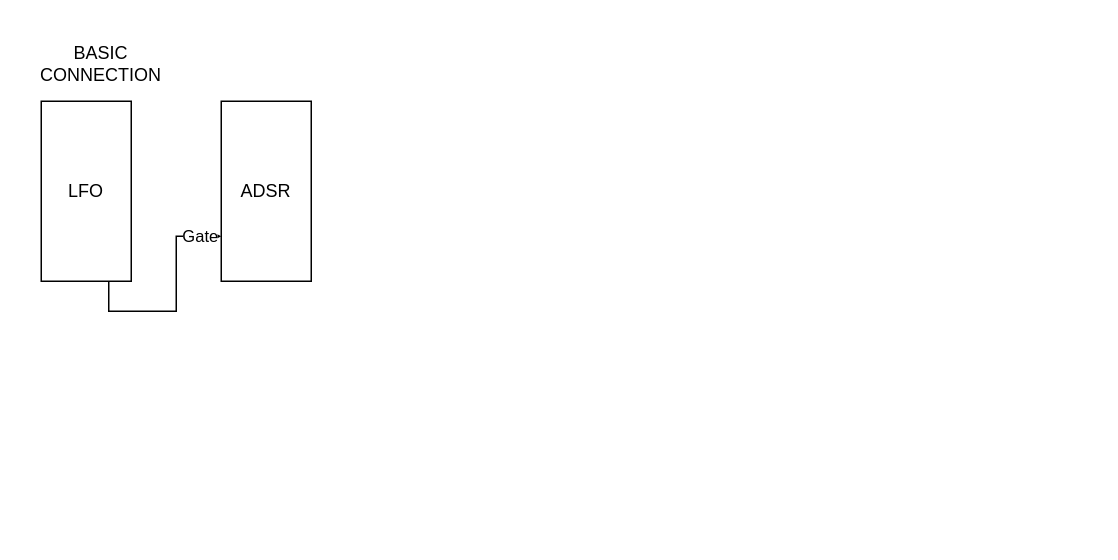
SEM-Mozarteum/sem-meko keeps this draw.io diagram as 05-Analog-Synthesis/03-ADSR/ADSR.drawio. Above is the earlier version. Source tidied: cells renumbered, new cells numbered last; positions are measured from the earlier drawing's top-left corner, leaving out a move shared by most shapes. Both pictures are drawn from the tidied source at 150%, with x=0, y=0 at pixel (40, 40).
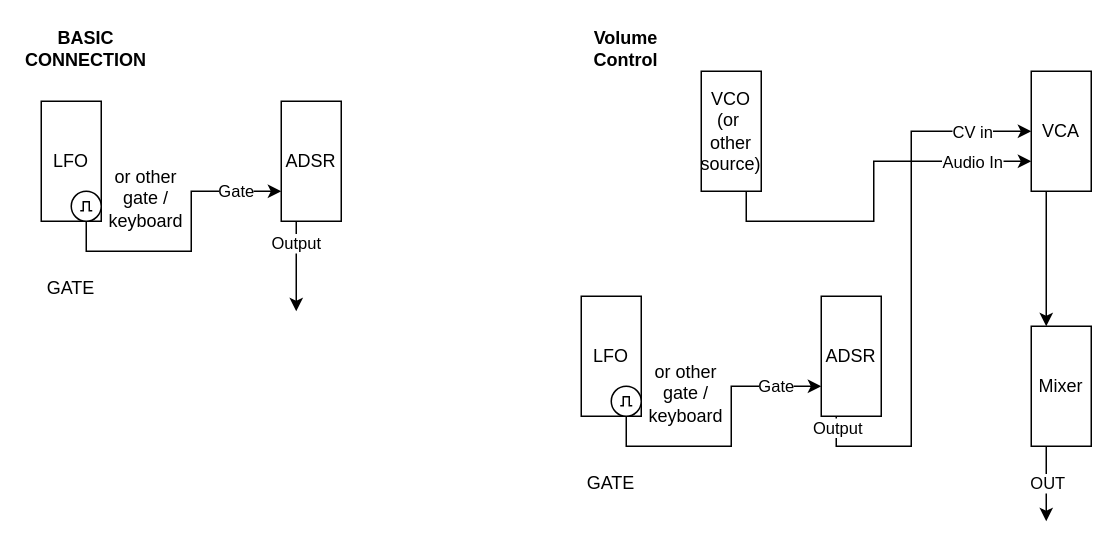
Above is the later version.

Unchanged cells that the change refers to:
```xml
<mxCell id="3" style="edgeStyle=orthogonalEdgeStyle;rounded=0;jettySize=auto;html=1;exitX=1;exitY=0.25;exitDx=0;exitDy=0;entryX=0.75;entryY=1;entryDx=0;entryDy=0;" parent="1" edge="1" source="5" target="6">
  <mxGeometry relative="1" as="geometry" />
</mxCell>
```

Change to the diagram source:
```diff
@@
-    <mxCell id="2" value="BASIC CONNECTION" style="text;html=1;whiteSpace=wrap;strokeColor=none;fillColor=none;align=center;verticalAlign=middle;rounded=0;" parent="1" vertex="1">
-      <mxGeometry x="10" width="60" height="30" as="geometry" />
+    <mxCell id="2" value="BASIC CONNECTION" style="text;html=1;whiteSpace=wrap;strokeColor=none;fillColor=none;align=center;verticalAlign=middle;rounded=0;fontStyle=1;" parent="1" vertex="1">
+      <mxGeometry y="-10" width="60" height="30" as="geometry" />
     </mxCell>
@@
     <mxCell id="4" value="Gate" style="edgeLabel;html=1;align=center;verticalAlign=middle;" parent="3" vertex="1">
-      <mxGeometry x="0.79" y="1" relative="1" as="geometry" />
+      <mxGeometry x="0.79" y="1" relative="1" as="geometry">
+        <mxPoint x="-11" as="offset" />
+      </mxGeometry>
     </mxCell>
     <mxCell id="5" value="LFO" style="rounded=0;whiteSpace=wrap;html=1;direction=south;" parent="1" vertex="1">
-      <mxGeometry y="40" width="60" height="120" as="geometry" />
+      <mxGeometry y="40" width="40" height="80" as="geometry" />
     </mxCell>
+    <mxCell id="7" style="edgeStyle=orthogonalEdgeStyle;rounded=0;jettySize=auto;html=1;exitX=1;exitY=0.75;exitDx=0;exitDy=0;" parent="1" edge="1" source="6">
+      <mxGeometry relative="1" as="geometry">
+        <mxPoint x="170" y="180" as="targetPoint" />
+      </mxGeometry>
+    </mxCell>
+    <mxCell id="8" value="Output" style="edgeLabel;html=1;align=center;verticalAlign=middle;" parent="7" vertex="1">
+      <mxGeometry x="-0.54" y="-1" relative="1" as="geometry" />
+    </mxCell>
     <mxCell id="6" value="ADSR" style="rounded=0;whiteSpace=wrap;html=1;direction=south;" parent="1" vertex="1">
-      <mxGeometry x="120" y="40" width="60" height="120" as="geometry" />
+      <mxGeometry x="160" y="40" width="40" height="80" as="geometry" />
     </mxCell>
+    <mxCell id="9" style="verticalLabelPosition=bottom;shadow=0;dashed=0;align=center;html=1;verticalAlign=top;shape=mxgraph.electrical.signal_sources.source;elSignalType=pulse;" parent="1" vertex="1">
+      <mxGeometry x="20" y="100" width="20" height="20" as="geometry" />
+    </mxCell>
+    <mxCell id="10" value="or other&lt;div&gt;gate / keyboard&lt;/div&gt;" style="text;html=1;whiteSpace=wrap;strokeColor=none;fillColor=none;align=center;verticalAlign=middle;rounded=0;" parent="1" vertex="1">
+      <mxGeometry x="40" y="90" width="60" height="30" as="geometry" />
+    </mxCell>
+    <mxCell id="11" value="GATE" style="text;html=1;whiteSpace=wrap;strokeColor=none;fillColor=none;align=center;verticalAlign=middle;rounded=0;" parent="1" vertex="1">
+      <mxGeometry x="-10" y="150" width="60" height="30" as="geometry" />
+    </mxCell>
+    <mxCell id="12" value="Volume&lt;div&gt;Control&lt;/div&gt;" style="text;html=1;whiteSpace=wrap;strokeColor=none;fillColor=none;align=center;verticalAlign=middle;rounded=0;fontStyle=1;" parent="1" vertex="1">
+      <mxGeometry x="360" y="-10" width="60" height="30" as="geometry" />
+    </mxCell>
+    <mxCell id="13" style="edgeStyle=orthogonalEdgeStyle;rounded=0;jettySize=auto;html=1;exitX=1;exitY=0.25;exitDx=0;exitDy=0;entryX=0.75;entryY=1;entryDx=0;entryDy=0;" parent="1" edge="1" source="15" target="19">
+      <mxGeometry relative="1" as="geometry" />
+    </mxCell>
+    <mxCell id="14" value="Gate" style="edgeLabel;html=1;align=center;verticalAlign=middle;" parent="13" vertex="1">
+      <mxGeometry x="0.79" y="1" relative="1" as="geometry">
+        <mxPoint x="-11" as="offset" />
+      </mxGeometry>
+    </mxCell>
+    <mxCell id="15" value="LFO" style="rounded=0;whiteSpace=wrap;html=1;direction=south;" parent="1" vertex="1">
+      <mxGeometry x="360" y="170" width="40" height="80" as="geometry" />
+    </mxCell>
+    <mxCell id="16" style="edgeStyle=orthogonalEdgeStyle;rounded=0;jettySize=auto;html=1;exitX=1;exitY=0.75;exitDx=0;exitDy=0;entryX=0.5;entryY=1;entryDx=0;entryDy=0;" parent="1" edge="1" source="19" target="24">
+      <mxGeometry relative="1" as="geometry">
+        <Array as="points">
+          <mxPoint x="530" y="270" />
+          <mxPoint x="580" y="270" />
+          <mxPoint x="580" y="60" />
+        </Array>
+      </mxGeometry>
+    </mxCell>
+    <mxCell id="17" value="Output" style="edgeLabel;html=1;align=center;verticalAlign=middle;" parent="16" vertex="1">
+      <mxGeometry x="-0.54" y="-1" relative="1" as="geometry">
+        <mxPoint x="-51" as="offset" />
+      </mxGeometry>
+    </mxCell>
+    <mxCell id="18" value="CV in" style="edgeLabel;html=1;align=center;verticalAlign=middle;" parent="16" vertex="1">
+      <mxGeometry x="0.86" relative="1" as="geometry">
+        <mxPoint x="-15" as="offset" />
+      </mxGeometry>
+    </mxCell>
+    <mxCell id="19" value="ADSR" style="rounded=0;whiteSpace=wrap;html=1;direction=south;" parent="1" vertex="1">
+      <mxGeometry x="520" y="170" width="40" height="80" as="geometry" />
+    </mxCell>
+    <mxCell id="20" style="verticalLabelPosition=bottom;shadow=0;dashed=0;align=center;html=1;verticalAlign=top;shape=mxgraph.electrical.signal_sources.source;elSignalType=pulse;" parent="1" vertex="1">
+      <mxGeometry x="380" y="230" width="20" height="20" as="geometry" />
+    </mxCell>
+    <mxCell id="21" value="or other&lt;div&gt;gate / keyboard&lt;/div&gt;" style="text;html=1;whiteSpace=wrap;strokeColor=none;fillColor=none;align=center;verticalAlign=middle;rounded=0;" parent="1" vertex="1">
+      <mxGeometry x="400" y="220" width="60" height="30" as="geometry" />
+    </mxCell>
+    <mxCell id="22" value="GATE" style="text;html=1;whiteSpace=wrap;strokeColor=none;fillColor=none;align=center;verticalAlign=middle;rounded=0;" parent="1" vertex="1">
+      <mxGeometry x="350" y="280" width="60" height="30" as="geometry" />
+    </mxCell>
+    <mxCell id="23" style="edgeStyle=orthogonalEdgeStyle;rounded=0;jettySize=auto;html=1;exitX=1;exitY=0.75;exitDx=0;exitDy=0;entryX=0;entryY=0.75;entryDx=0;entryDy=0;" parent="1" edge="1" source="24" target="30">
+      <mxGeometry relative="1" as="geometry" />
+    </mxCell>
+    <mxCell id="24" value="VCA" style="rounded=0;whiteSpace=wrap;html=1;direction=south;" parent="1" vertex="1">
+      <mxGeometry x="660" y="20" width="40" height="80" as="geometry" />
+    </mxCell>
+    <mxCell id="25" style="edgeStyle=orthogonalEdgeStyle;rounded=0;jettySize=auto;html=1;exitX=1;exitY=0.25;exitDx=0;exitDy=0;entryX=0.75;entryY=1;entryDx=0;entryDy=0;" parent="1" edge="1" source="27" target="24">
+      <mxGeometry relative="1" as="geometry">
+        <Array as="points">
+          <mxPoint x="470" y="120" />
+          <mxPoint x="555" y="120" />
+          <mxPoint x="555" y="80" />
+        </Array>
+      </mxGeometry>
+    </mxCell>
+    <mxCell id="26" value="Audio In" style="edgeLabel;html=1;align=center;verticalAlign=middle;" parent="25" vertex="1">
+      <mxGeometry x="0.77" y="1" relative="1" as="geometry">
+        <mxPoint x="-11" y="1" as="offset" />
+      </mxGeometry>
+    </mxCell>
+    <mxCell id="27" value="VCO&lt;div&gt;(or&amp;nbsp;&lt;/div&gt;&lt;div&gt;other&lt;/div&gt;&lt;div&gt;source)&lt;/div&gt;" style="rounded=0;whiteSpace=wrap;html=1;direction=south;" parent="1" vertex="1">
+      <mxGeometry x="440" y="20" width="40" height="80" as="geometry" />
+    </mxCell>
+    <mxCell id="28" style="edgeStyle=orthogonalEdgeStyle;rounded=0;jettySize=auto;html=1;exitX=1;exitY=0.75;exitDx=0;exitDy=0;" parent="1" edge="1" source="30">
+      <mxGeometry relative="1" as="geometry">
+        <mxPoint x="670" y="320" as="targetPoint" />
+      </mxGeometry>
+    </mxCell>
+    <mxCell id="29" value="OUT" style="edgeLabel;html=1;align=center;verticalAlign=middle;" parent="28" vertex="1">
+      <mxGeometry x="-0.06" relative="1" as="geometry" />
+    </mxCell>
+    <mxCell id="30" value="Mixer" style="rounded=0;whiteSpace=wrap;html=1;direction=south;" parent="1" vertex="1">
+      <mxGeometry x="660" y="190" width="40" height="80" as="geometry" />
+    </mxCell>
```
